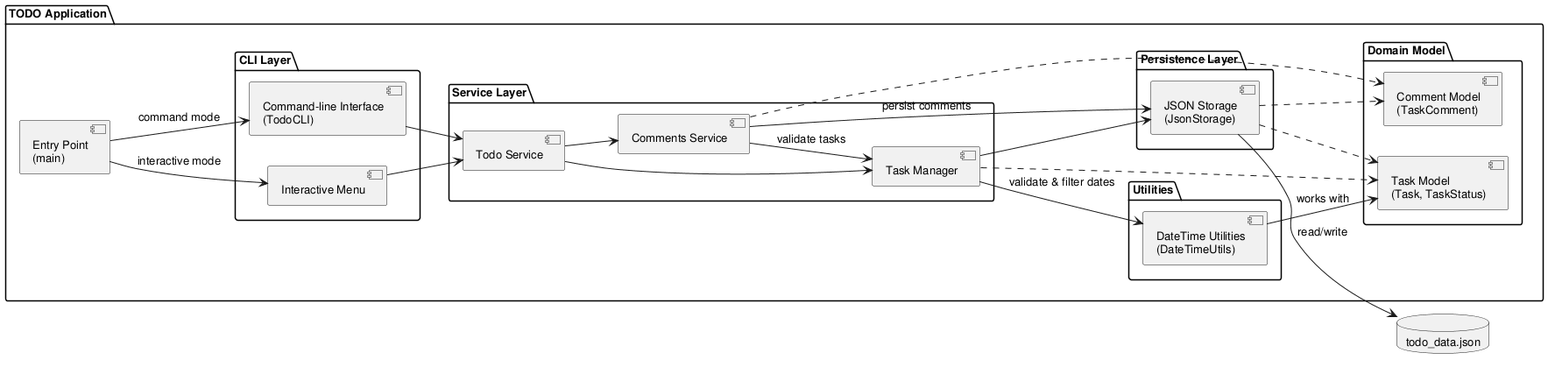
Above: experiments/supervisor_as_tools/user_stories/TODO/artifacts/component_diagram.png in DanielRiha8906/Software_autoevolution_using_agents (PlantUML), before the change.
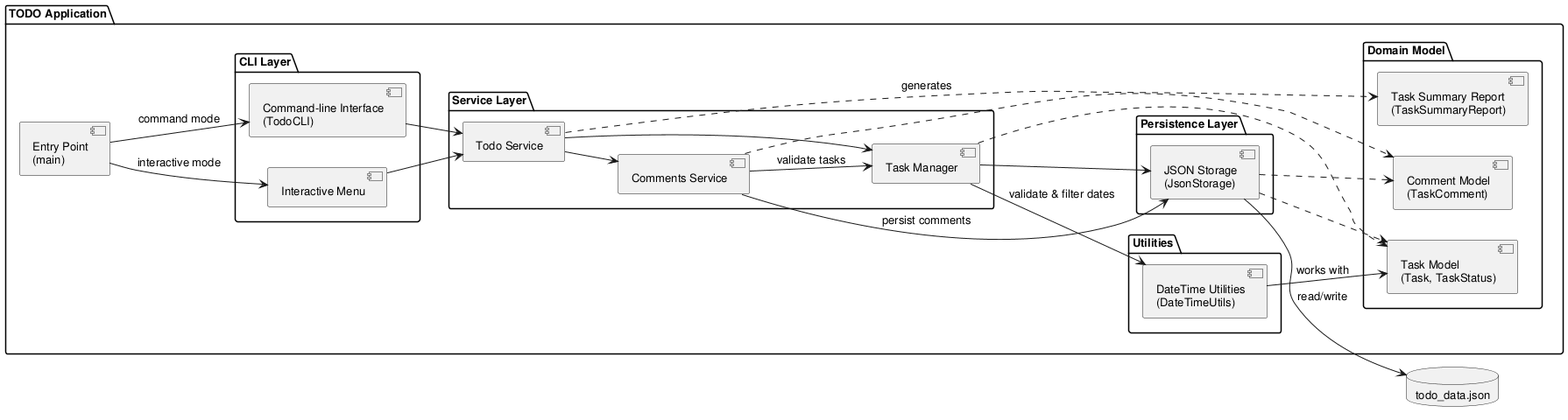
Above is the later version.

The edit, as a diff of the source:
```diff
@@ -23,6 +23,7 @@
     package "Domain Model" {
         component "Task Model\n(Task, TaskStatus)" as Model
         component "Comment Model\n(TaskComment)" as CommentModel
+        component "Task Summary Report\n(TaskSummaryReport)" as SummaryModel
     }
 
     package "Utilities" {
@@ -44,6 +45,7 @@
 
 SVC --> MGR
 SVC --> CMT
+SVC ..> SummaryModel : generates
 
 MGR --> Storage
 MGR --> DTUtils : validate & filter dates
```
